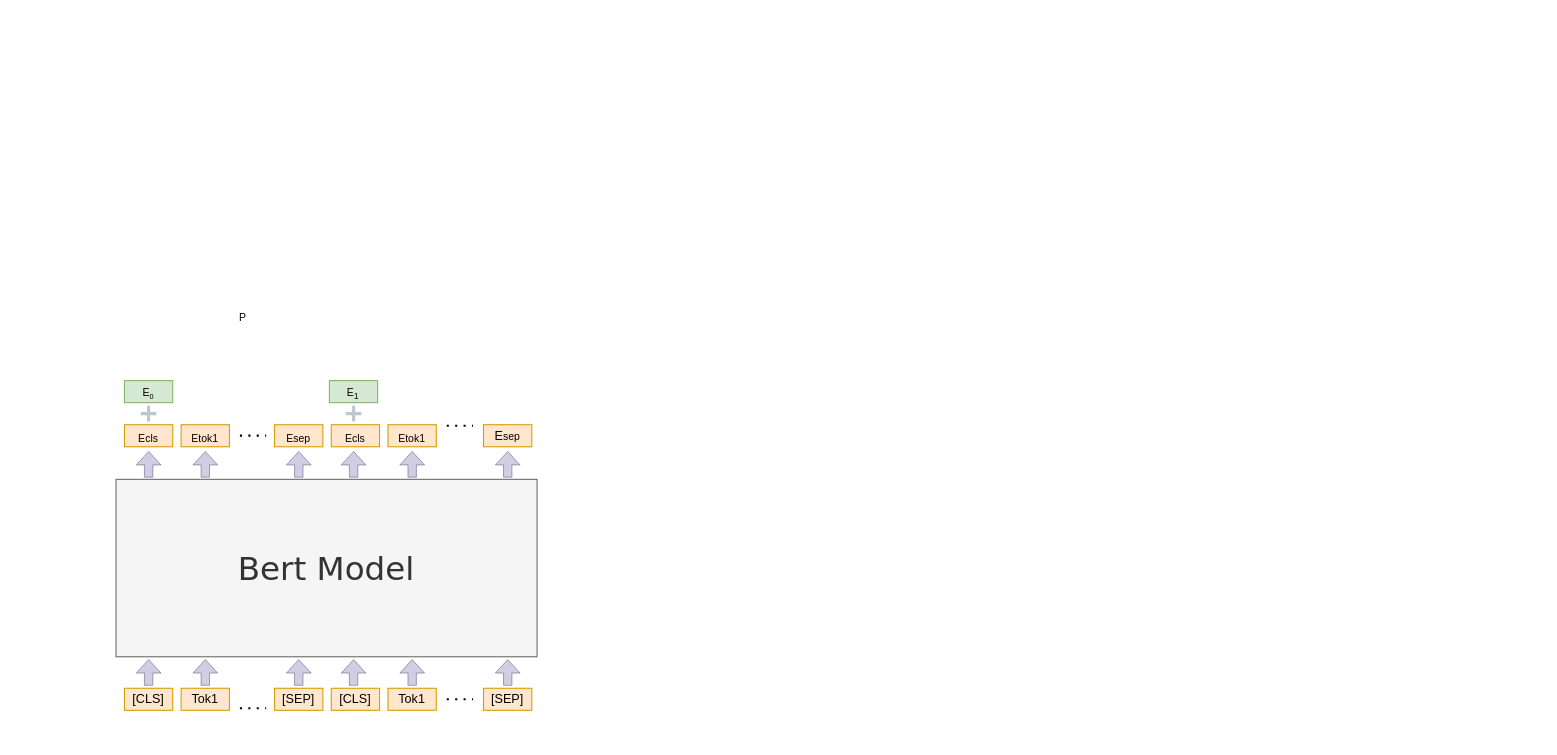
This is TranExtrac.drawio from wan-wer/test, a draw.io file, before an edit. Source tidied: cells renumbered, new cells numbered last; positions are measured from the earlier drawing's top-left corner, leaving out a move shared by most shapes. Both pictures are drawn from the tidied source at 105%, with x=0, y=0 at pixel (116, 301).
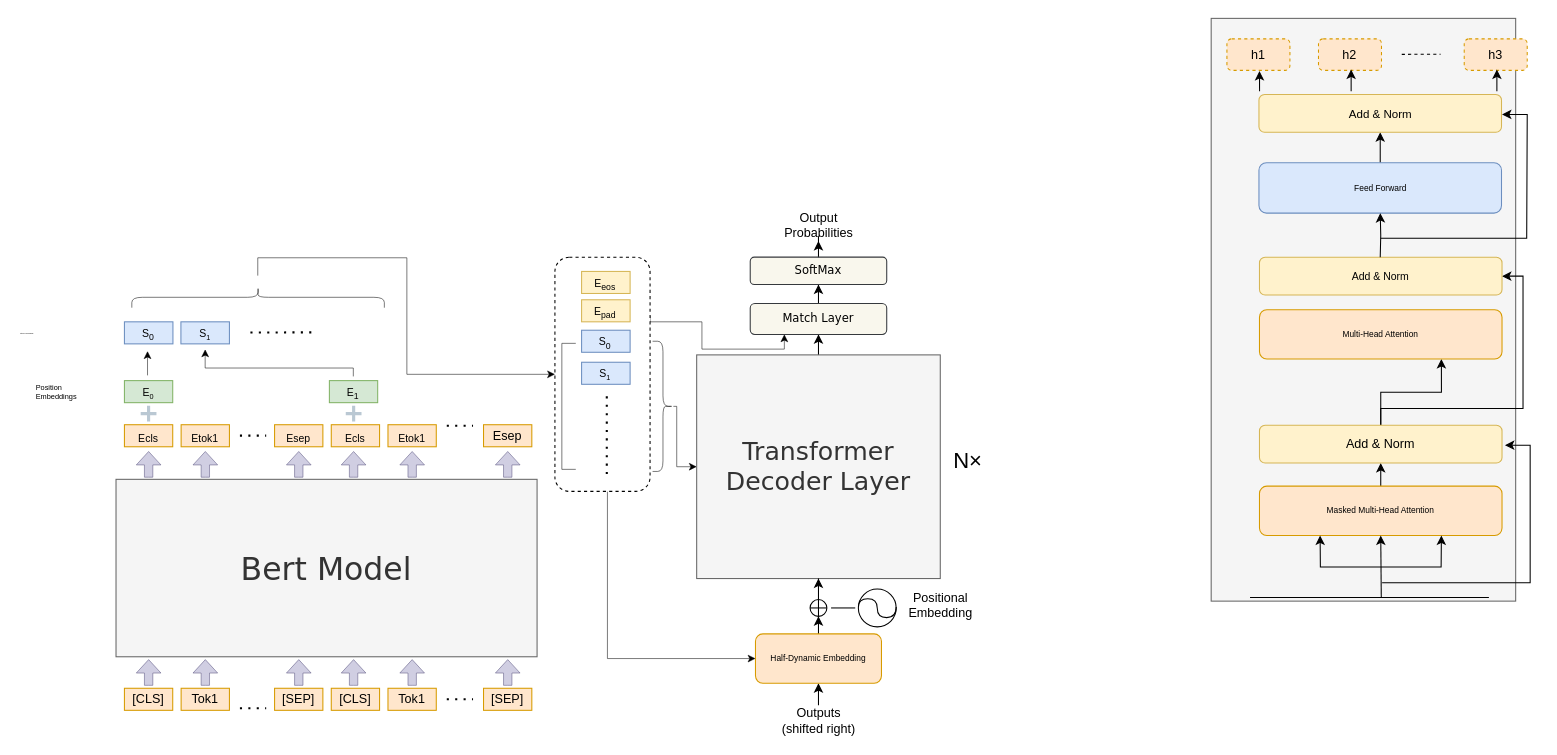
Above is the later version.

What changed in the source:
```diff
@@
+    <mxCell id="36" style="edgeStyle=orthogonalEdgeStyle;rounded=0;jettySize=auto;html=1;exitX=1;exitY=0.25;exitDx=0;exitDy=0;entryX=0.25;entryY=1;entryDx=0;entryDy=0;strokeWidth=0.5;" parent="1" edge="1" source="38" target="94">
+      <mxGeometry relative="1" as="geometry">
+        <Array as="points">
+          <mxPoint x="558" y="19" />
+          <mxPoint x="558" y="45" />
+          <mxPoint x="637" y="45" />
+        </Array>
+      </mxGeometry>
+    </mxCell>
+    <mxCell id="37" style="edgeStyle=orthogonalEdgeStyle;rounded=0;jettySize=auto;html=1;entryX=0;entryY=0.5;entryDx=0;entryDy=0;strokeWidth=0.5;" parent="1" edge="1" source="38" target="82">
+      <mxGeometry relative="1" as="geometry">
+        <Array as="points">
+          <mxPoint x="468" y="340" />
+        </Array>
+      </mxGeometry>
+    </mxCell>
+    <mxCell id="38" style="rounded=1;whiteSpace=wrap;html=1;dashed=1;" parent="1" vertex="1">
+      <mxGeometry x="418" y="-42.5" width="90.6" height="223" as="geometry" />
+    </mxCell>
@@
-    <mxCell id="10" value="Bert Model" style="rounded=0;whiteSpace=wrap;html=1;fillColor=#f5f5f5;fontColor=#333333;strokeColor=#666666;fontSize=31;fontFamily=Verdana;" parent="1" vertex="1">
+    <mxCell id="10" value="Bert Model" style="rounded=0;whiteSpace=wrap;html=1;fillColor=#f5f5f5;fontColor=#333333;strokeColor=#666666;fontSize=30;fontFamily=Verdana;" parent="1" vertex="1">
       <mxGeometry y="169" width="401" height="169" as="geometry" />
     </mxCell>
@@
-    <mxCell id="13" value="E&lt;span style=&quot;font-size: 10px;&quot;&gt;sep&lt;/span&gt;" style="rounded=0;whiteSpace=wrap;html=1;fillColor=#ffe6cc;strokeColor=#d79b00;" parent="1" vertex="1">
+    <mxCell id="13" value="&lt;font style=&quot;font-size: 12px;&quot;&gt;Esep&lt;/font&gt;" style="rounded=0;whiteSpace=wrap;html=1;fillColor=#ffe6cc;strokeColor=#d79b00;" parent="1" vertex="1">
       <mxGeometry x="350" y="117" width="46" height="21" as="geometry" />
     </mxCell>
@@
+    <mxCell id="39" style="edgeStyle=orthogonalEdgeStyle;rounded=0;orthogonalLoop=1;jettySize=auto;html=1;strokeWidth=0.5;" parent="1" edge="1">
+      <mxGeometry relative="1" as="geometry">
+        <mxPoint x="226" y="71" as="sourcePoint" />
+        <mxPoint x="84.9" y="45.3" as="targetPoint" />
+        <Array as="points">
+          <mxPoint x="226" y="63" />
+          <mxPoint x="85" y="63" />
+        </Array>
+      </mxGeometry>
+    </mxCell>
@@
-    <mxCell id="35" value="P" style="text;html=1;strokeColor=none;fillColor=none;align=center;verticalAlign=middle;whiteSpace=wrap;rounded=0;fontSize=10;" parent="1" vertex="1">
-      <mxGeometry x="91" width="60" height="30" as="geometry" />
+    <mxCell id="35" value="Position Embeddings" style="text;html=1;strokeColor=none;fillColor=none;align=left;verticalAlign=middle;whiteSpace=wrap;rounded=0;fontSize=7;fontFamily=Helvetica;" parent="1" vertex="1">
+      <mxGeometry x="-78" y="70.5" width="60" height="30" as="geometry" />
     </mxCell>
+    <mxCell id="40" style="endArrow=classic;html=1;fontSize=7;strokeWidth=0.5;rounded=1;" parent="1" edge="1">
+      <mxGeometry relative="1" as="geometry">
+        <mxPoint x="30" y="70" as="sourcePoint" />
+        <mxPoint x="30" y="47" as="targetPoint" />
+      </mxGeometry>
+    </mxCell>
+    <mxCell id="41" value="&lt;span style=&quot;font-size: 10px;&quot;&gt;S&lt;sub&gt;0&lt;/sub&gt;&lt;/span&gt;" style="rounded=0;whiteSpace=wrap;html=1;fillColor=#dae8fc;strokeColor=#6c8ebf;" parent="1" vertex="1">
+      <mxGeometry x="8" y="19" width="46.2" height="21" as="geometry" />
+    </mxCell>
+    <mxCell id="42" value="&lt;span style=&quot;font-size: 10px;&quot;&gt;S&lt;/span&gt;&lt;span style=&quot;font-size: 8.33333px;&quot;&gt;&lt;sub&gt;1&lt;/sub&gt;&lt;/span&gt;" style="rounded=0;whiteSpace=wrap;html=1;fillColor=#dae8fc;strokeColor=#6c8ebf;" parent="1" vertex="1">
+      <mxGeometry x="61.8" y="19" width="46.2" height="21" as="geometry" />
+    </mxCell>
+    <mxCell id="43" style="endArrow=none;dashed=1;html=1;dashPattern=1 3;strokeWidth=2;rounded=0;" parent="1" edge="1">
+      <mxGeometry relative="1" as="geometry">
+        <mxPoint x="128" y="29.2" as="sourcePoint" />
+        <mxPoint x="192" y="29" as="targetPoint" />
+      </mxGeometry>
+    </mxCell>
+    <mxCell id="44" value="Sentence-Level Embeddings" style="text;html=1;strokeColor=none;fillColor=none;align=left;verticalAlign=middle;whiteSpace=wrap;rounded=0;fontSize=1;fontFamily=Helvetica;" parent="1" vertex="1">
+      <mxGeometry x="-93" y="14.5" width="90" height="30" as="geometry" />
+    </mxCell>
+    <mxCell id="45" style="rounded=0;whiteSpace=wrap;html=1;fillColor=#f5f5f5;fontColor=#333333;strokeColor=#666666;fontSize=31;fontFamily=Verdana;" parent="1" vertex="1">
+      <mxGeometry x="1043" y="-270" width="290" height="555" as="geometry" />
+    </mxCell>
+    <mxCell id="46" style="edgeStyle=orthogonalEdgeStyle;rounded=0;jettySize=auto;html=1;" parent="1" edge="1" source="47" target="50">
+      <mxGeometry relative="1" as="geometry" />
+    </mxCell>
+    <mxCell id="47" value="&lt;font style=&quot;font-size: 8px;&quot;&gt;Masked Multi-Head Attention&lt;/font&gt;" style="rounded=1;whiteSpace=wrap;html=1;fillColor=#ffe6cc;strokeColor=#d79b00;fontSize=8;" parent="1" vertex="1">
+      <mxGeometry x="1089" y="175.5" width="231" height="47" as="geometry" />
+    </mxCell>
+    <mxCell id="48" style="edgeStyle=orthogonalEdgeStyle;rounded=0;jettySize=auto;html=1;entryX=0.75;entryY=1;entryDx=0;entryDy=0;" parent="1" edge="1" source="50" target="55">
+      <mxGeometry relative="1" as="geometry" />
+    </mxCell>
+    <mxCell id="49" style="edgeStyle=orthogonalEdgeStyle;rounded=0;jettySize=auto;html=1;entryX=1;entryY=0.5;entryDx=0;entryDy=0;" parent="1" edge="1" source="50" target="56">
+      <mxGeometry relative="1" as="geometry">
+        <Array as="points">
+          <mxPoint x="1205" y="101.5" />
+          <mxPoint x="1340" y="101.5" />
+          <mxPoint x="1340" y="-24.5" />
+        </Array>
+      </mxGeometry>
+    </mxCell>
+    <mxCell id="50" value="Add &amp;amp; Norm" style="rounded=1;whiteSpace=wrap;html=1;fontSize=12;fillColor=#fff2cc;strokeColor=#d6b656;" parent="1" vertex="1">
+      <mxGeometry x="1089" y="117.5" width="231" height="36" as="geometry" />
+    </mxCell>
+    <mxCell id="51" style="endArrow=classic;html=1;rounded=0;entryX=0.5;entryY=1;entryDx=0;entryDy=0;" parent="1" edge="1" target="47">
+      <mxGeometry relative="1" as="geometry">
+        <mxPoint x="1205" y="281.5" as="sourcePoint" />
+      </mxGeometry>
+    </mxCell>
+    <mxCell id="52" style="endArrow=classic;startArrow=classic;html=1;rounded=0;exitX=0.25;exitY=1;exitDx=0;exitDy=0;entryX=0.75;entryY=1;entryDx=0;entryDy=0;" parent="1" edge="1" source="47" target="47">
+      <mxGeometry relative="1" as="geometry">
+        <Array as="points">
+          <mxPoint x="1147" y="252.5" />
+          <mxPoint x="1243" y="252.5" />
+          <mxPoint x="1262" y="252.5" />
+        </Array>
+      </mxGeometry>
+    </mxCell>
+    <mxCell id="53" style="endArrow=classic;html=1;rounded=0;" parent="1" edge="1">
+      <mxGeometry relative="1" as="geometry">
+        <mxPoint x="1205.8" y="267.5" as="sourcePoint" />
+        <mxPoint x="1322.8" y="136.5" as="targetPoint" />
+        <Array as="points">
+          <mxPoint x="1346.8" y="267.5" />
+          <mxPoint x="1346.8" y="136.5" />
+        </Array>
+      </mxGeometry>
+    </mxCell>
+    <mxCell id="54" style="endArrow=none;html=1;rounded=0;" parent="1" edge="1">
+      <mxGeometry relative="1" as="geometry">
+        <mxPoint x="1080" y="281.5" as="sourcePoint" />
+        <mxPoint x="1307.5" y="281.5" as="targetPoint" />
+      </mxGeometry>
+    </mxCell>
+    <mxCell id="55" value="&lt;font style=&quot;font-size: 8px;&quot;&gt;Multi-Head Attention&lt;/font&gt;" style="rounded=1;whiteSpace=wrap;html=1;fillColor=#ffe6cc;strokeColor=#d79b00;fontSize=8;" parent="1" vertex="1">
+      <mxGeometry x="1089" y="7.5" width="231" height="47" as="geometry" />
+    </mxCell>
+    <mxCell id="56" value="Add &amp;amp; Norm" style="rounded=1;whiteSpace=wrap;html=1;fontSize=10;fillColor=#fff2cc;strokeColor=#d6b656;" parent="1" vertex="1">
+      <mxGeometry x="1089" y="-42.5" width="231" height="36" as="geometry" />
+    </mxCell>
+    <mxCell id="57" style="edgeStyle=orthogonalEdgeStyle;rounded=0;jettySize=auto;html=1;" parent="1" edge="1" source="58" target="60">
+      <mxGeometry relative="1" as="geometry" />
+    </mxCell>
+    <mxCell id="58" value="&lt;font style=&quot;font-size: 8px;&quot;&gt;Feed Forward&lt;/font&gt;" style="rounded=1;whiteSpace=wrap;html=1;fillColor=#dae8fc;strokeColor=#6c8ebf;fontSize=8;" parent="1" vertex="1">
+      <mxGeometry x="1088.5" y="-132.5" width="231" height="48" as="geometry" />
+    </mxCell>
+    <mxCell id="59" style="edgeStyle=orthogonalEdgeStyle;rounded=0;jettySize=auto;html=1;" parent="1" edge="1" target="58">
+      <mxGeometry relative="1" as="geometry">
+        <mxPoint x="1204" y="-42.5" as="sourcePoint" />
+      </mxGeometry>
+    </mxCell>
+    <mxCell id="60" value="Add &amp;amp; Norm" style="rounded=1;whiteSpace=wrap;html=1;fontSize=11;fillColor=#fff2cc;strokeColor=#d6b656;" parent="1" vertex="1">
+      <mxGeometry x="1088.5" y="-197.5" width="231" height="36" as="geometry" />
+    </mxCell>
+    <mxCell id="61" style="endArrow=classic;html=1;rounded=0;" parent="1" edge="1">
+      <mxGeometry relative="1" as="geometry">
+        <mxPoint x="1204.5" y="-60.5" as="sourcePoint" />
+        <mxPoint x="1320" y="-178.5" as="targetPoint" />
+        <Array as="points">
+          <mxPoint x="1343.5" y="-60.5" />
+          <mxPoint x="1344" y="-178.5" />
+        </Array>
+      </mxGeometry>
+    </mxCell>
+    <mxCell id="62" value="h1" style="text;html=1;strokeColor=#d79b00;fillColor=#ffe6cc;align=center;verticalAlign=middle;whiteSpace=wrap;rounded=1;dashed=1;" parent="1" vertex="1">
+      <mxGeometry x="1058" y="-250.5" width="60" height="30" as="geometry" />
+    </mxCell>
+    <mxCell id="63" style="endArrow=classic;html=1;rounded=0;exitX=0.5;exitY=0;exitDx=0;exitDy=0;entryX=0.114;entryY=1.028;entryDx=0;entryDy=0;entryPerimeter=0;" parent="1" edge="1">
+      <mxGeometry relative="1" as="geometry">
+        <mxPoint x="1089.1" y="-200.5" as="sourcePoint" />
+        <mxPoint x="1089" y="-219.8" as="targetPoint" />
+      </mxGeometry>
+    </mxCell>
+    <mxCell id="64" value="h2" style="text;html=1;strokeColor=#d79b00;fillColor=#ffe6cc;align=center;verticalAlign=middle;whiteSpace=wrap;rounded=1;dashed=1;" parent="1" vertex="1">
+      <mxGeometry x="1145.2" y="-250.5" width="60" height="30" as="geometry" />
+    </mxCell>
+    <mxCell id="65" style="endArrow=classic;html=1;rounded=0;exitX=0.5;exitY=0;exitDx=0;exitDy=0;" parent="1" edge="1">
+      <mxGeometry relative="1" as="geometry">
+        <mxPoint x="1176.3" y="-200.5" as="sourcePoint" />
+        <mxPoint x="1176.3" y="-221.2" as="targetPoint" />
+      </mxGeometry>
+    </mxCell>
+    <mxCell id="66" style="endArrow=none;dashed=1;html=1;rounded=0;" parent="1" edge="1">
+      <mxGeometry relative="1" as="geometry">
+        <mxPoint x="1224.5" y="-235.7" as="sourcePoint" />
+        <mxPoint x="1261.5" y="-235.9" as="targetPoint" />
+      </mxGeometry>
+    </mxCell>
+    <mxCell id="67" value="h3" style="text;html=1;strokeColor=#d79b00;fillColor=#ffe6cc;align=center;verticalAlign=middle;whiteSpace=wrap;rounded=1;dashed=1;" parent="1" vertex="1">
+      <mxGeometry x="1284" y="-250.5" width="60" height="30" as="geometry" />
+    </mxCell>
+    <mxCell id="68" style="endArrow=classic;html=1;rounded=0;exitX=0.5;exitY=0;exitDx=0;exitDy=0;" parent="1" edge="1">
+      <mxGeometry relative="1" as="geometry">
+        <mxPoint x="1315.1" y="-200.5" as="sourcePoint" />
+        <mxPoint x="1315.1" y="-221.2" as="targetPoint" />
+      </mxGeometry>
+    </mxCell>
+    <mxCell id="69" value="&lt;span style=&quot;font-size: 10px;&quot;&gt;E&lt;sub&gt;eos&lt;/sub&gt;&lt;/span&gt;" style="rounded=0;whiteSpace=wrap;html=1;fillColor=#fff2cc;strokeColor=#d6b656;" parent="1" vertex="1">
+      <mxGeometry x="443.4" y="-29" width="46.2" height="21" as="geometry" />
+    </mxCell>
+    <mxCell id="70" value="&lt;span style=&quot;font-size: 10px;&quot;&gt;E&lt;sub&gt;pad&lt;/sub&gt;&lt;/span&gt;" style="rounded=0;whiteSpace=wrap;html=1;fillColor=#fff2cc;strokeColor=#d6b656;" parent="1" vertex="1">
+      <mxGeometry x="443.4" y="-2" width="46.2" height="21" as="geometry" />
+    </mxCell>
+    <mxCell id="71" style="edgeStyle=orthogonalEdgeStyle;rounded=0;jettySize=auto;html=1;entryX=0;entryY=0.5;entryDx=0;entryDy=0;strokeWidth=0.5;" parent="1" edge="1" target="38">
+      <mxGeometry relative="1" as="geometry">
+        <mxPoint x="135" y="-25" as="sourcePoint" />
+        <Array as="points">
+          <mxPoint x="135" y="-42" />
+          <mxPoint x="277" y="-42" />
+          <mxPoint x="277" y="69" />
+        </Array>
+      </mxGeometry>
+    </mxCell>
+    <mxCell id="72" style="shape=curlyBracket;whiteSpace=wrap;html=1;rounded=1;flipH=1;labelPosition=right;verticalLabelPosition=middle;align=left;verticalAlign=middle;rotation=-90;strokeWidth=0.5;" parent="1" vertex="1">
+      <mxGeometry x="125.4" y="-124.6" width="19.8" height="240.5" as="geometry" />
+    </mxCell>
+    <mxCell id="73" value="&lt;span style=&quot;font-size: 10px;&quot;&gt;S&lt;sub&gt;0&lt;/sub&gt;&lt;/span&gt;" style="rounded=0;whiteSpace=wrap;html=1;fillColor=#dae8fc;strokeColor=#6c8ebf;" parent="1" vertex="1">
+      <mxGeometry x="443.4" y="27" width="46.2" height="21" as="geometry" />
+    </mxCell>
+    <mxCell id="74" value="&lt;span style=&quot;font-size: 10px;&quot;&gt;S&lt;/span&gt;&lt;span style=&quot;font-size: 8.33333px;&quot;&gt;&lt;sub&gt;1&lt;/sub&gt;&lt;/span&gt;" style="rounded=0;whiteSpace=wrap;html=1;fillColor=#dae8fc;strokeColor=#6c8ebf;" parent="1" vertex="1">
+      <mxGeometry x="443.4" y="57.5" width="46.2" height="21" as="geometry" />
+    </mxCell>
+    <mxCell id="75" style="endArrow=none;dashed=1;html=1;dashPattern=1 3;strokeWidth=2;rounded=0;" parent="1" edge="1">
+      <mxGeometry relative="1" as="geometry">
+        <mxPoint x="467.4" y="164" as="sourcePoint" />
+        <mxPoint x="467.4" y="88" as="targetPoint" />
+      </mxGeometry>
+    </mxCell>
+    <mxCell id="76" style="shape=partialRectangle;whiteSpace=wrap;html=1;bottom=1;right=1;left=1;top=0;fillColor=none;routingCenterX=-0.5;rotation=90;strokeWidth=0.5;" parent="1" vertex="1">
+      <mxGeometry x="371" y="93.1" width="120" height="12.8" as="geometry" />
+    </mxCell>
+    <mxCell id="77" style="edgeStyle=orthogonalEdgeStyle;rounded=0;jettySize=auto;html=1;entryX=0;entryY=0.5;entryDx=0;entryDy=0;strokeWidth=0.5;" parent="1" edge="1" source="78" target="84">
+      <mxGeometry relative="1" as="geometry">
+        <Array as="points">
+          <mxPoint x="534" y="100" />
+          <mxPoint x="534" y="157" />
+        </Array>
+      </mxGeometry>
+    </mxCell>
+    <mxCell id="78" style="shape=curlyBracket;whiteSpace=wrap;html=1;rounded=1;flipH=1;labelPosition=right;verticalLabelPosition=middle;align=left;verticalAlign=middle;rotation=0;strokeWidth=0.5;" parent="1" vertex="1">
+      <mxGeometry x="511" y="37.5" width="19.8" height="124" as="geometry" />
+    </mxCell>
+    <mxCell id="79" style="edgeStyle=orthogonalEdgeStyle;rounded=0;jettySize=auto;html=1;" parent="1" edge="1" source="80">
+      <mxGeometry relative="1" as="geometry">
+        <mxPoint x="669" y="363.2" as="targetPoint" />
+      </mxGeometry>
+    </mxCell>
+    <mxCell id="80" value="Outputs&lt;br&gt;(shifted right)" style="text;html=1;strokeColor=none;fillColor=none;align=center;verticalAlign=middle;whiteSpace=wrap;rounded=0;" parent="1" vertex="1">
+      <mxGeometry x="620.5" y="384.2" width="97" height="30" as="geometry" />
+    </mxCell>
+    <mxCell id="81" style="edgeStyle=orthogonalEdgeStyle;rounded=0;jettySize=auto;html=1;entryX=0.5;entryY=1;entryDx=0;entryDy=0;" parent="1" edge="1" source="82" target="86">
+      <mxGeometry relative="1" as="geometry" />
+    </mxCell>
+    <mxCell id="82" value="&lt;font style=&quot;font-size: 8px;&quot;&gt;Half-Dynamic Embedding&lt;/font&gt;" style="rounded=1;whiteSpace=wrap;html=1;fillColor=#ffe6cc;strokeColor=#d79b00;fontSize=8;" parent="1" vertex="1">
+      <mxGeometry x="609" y="316.2" width="120" height="47" as="geometry" />
+    </mxCell>
+    <mxCell id="83" style="edgeStyle=orthogonalEdgeStyle;rounded=0;jettySize=auto;html=1;" parent="1" edge="1" source="84" target="94">
+      <mxGeometry relative="1" as="geometry" />
+    </mxCell>
+    <mxCell id="84" value="Transformer &lt;br style=&quot;font-size: 24px;&quot;&gt;Decoder Layer" style="rounded=0;whiteSpace=wrap;html=1;fillColor=#f5f5f5;fontColor=#333333;strokeColor=#666666;fontSize=24;fontFamily=Verdana;" parent="1" vertex="1">
+      <mxGeometry x="553" y="50.5" width="232" height="213" as="geometry" />
+    </mxCell>
+    <mxCell id="85" style="edgeStyle=orthogonalEdgeStyle;rounded=0;jettySize=auto;html=1;" parent="1" edge="1" source="86" target="84">
+      <mxGeometry relative="1" as="geometry" />
+    </mxCell>
+    <mxCell id="86" style="shape=orEllipse;perimeter=ellipsePerimeter;whiteSpace=wrap;html=1;backgroundOutline=1;" parent="1" vertex="1">
+      <mxGeometry x="661" y="283.5" width="16" height="16" as="geometry" />
+    </mxCell>
+    <mxCell id="87" style="group;" parent="1" vertex="1">
+      <mxGeometry x="707" y="273.5" width="36" height="36" as="geometry" />
+    </mxCell>
+    <mxCell id="88" style="ellipse;whiteSpace=wrap;html=1;" parent="87" vertex="1">
+      <mxGeometry width="36" height="36" as="geometry" />
+    </mxCell>
+    <mxCell id="89" style="endArrow=none;html=1;rounded=0;strokeColor=default;edgeStyle=orthogonalEdgeStyle;curved=1;exitX=0;exitY=0.5;exitDx=0;exitDy=0;entryX=1;entryY=0.5;entryDx=0;entryDy=0;" parent="87" edge="1">
+      <mxGeometry relative="1" as="geometry">
+        <mxPoint y="17.2" as="sourcePoint" />
+        <mxPoint x="36" y="17.2" as="targetPoint" />
+        <Array as="points">
+          <mxPoint y="9.2" />
+          <mxPoint x="18" y="9.2" />
+          <mxPoint x="18" y="27.2" />
+          <mxPoint x="36" y="27.2" />
+        </Array>
+      </mxGeometry>
+    </mxCell>
+    <mxCell id="90" value="Positional Embedding" style="text;html=1;strokeColor=none;fillColor=none;align=center;verticalAlign=middle;whiteSpace=wrap;rounded=0;" parent="1" vertex="1">
+      <mxGeometry x="736.5" y="273.5" width="97" height="30" as="geometry" />
+    </mxCell>
+    <mxCell id="91" style="endArrow=none;html=1;rounded=0;" parent="1" edge="1">
+      <mxGeometry relative="1" as="geometry">
+        <mxPoint x="681" y="291.5" as="sourcePoint" />
+        <mxPoint x="704" y="291.5" as="targetPoint" />
+      </mxGeometry>
+    </mxCell>
+    <mxCell id="92" value="N×" style="text;html=1;strokeColor=none;fillColor=none;align=center;verticalAlign=middle;whiteSpace=wrap;rounded=0;fontSize=21;" parent="1" vertex="1">
+      <mxGeometry x="763" y="135.5" width="97" height="30.5" as="geometry" />
+    </mxCell>
+    <mxCell id="93" style="edgeStyle=orthogonalEdgeStyle;rounded=0;jettySize=auto;html=1;" parent="1" edge="1" source="94" target="96">
+      <mxGeometry relative="1" as="geometry" />
+    </mxCell>
+    <mxCell id="94" value="Match Layer" style="rounded=1;whiteSpace=wrap;html=1;fillColor=#f9f7ed;strokeColor=#36393d;fontSize=11;fontFamily=Verdana;" parent="1" vertex="1">
+      <mxGeometry x="604" y="1.5" width="130" height="29.5" as="geometry" />
+    </mxCell>
+    <mxCell id="95" style="edgeStyle=orthogonalEdgeStyle;rounded=0;jettySize=auto;html=1;" parent="1" edge="1" source="96" target="97">
+      <mxGeometry relative="1" as="geometry" />
+    </mxCell>
+    <mxCell id="96" value="SoftMax" style="rounded=1;whiteSpace=wrap;html=1;fillColor=#f9f7ed;strokeColor=#36393d;fontSize=11;fontFamily=Verdana;" parent="1" vertex="1">
+      <mxGeometry x="604" y="-42.6" width="130" height="26.1" as="geometry" />
+    </mxCell>
+    <mxCell id="97" value="Output&lt;br&gt;Probabilities" style="text;html=1;strokeColor=none;fillColor=none;align=center;verticalAlign=middle;whiteSpace=wrap;rounded=0;" parent="1" vertex="1">
+      <mxGeometry x="620.5" y="-88" width="97" height="30" as="geometry" />
+    </mxCell>
```
